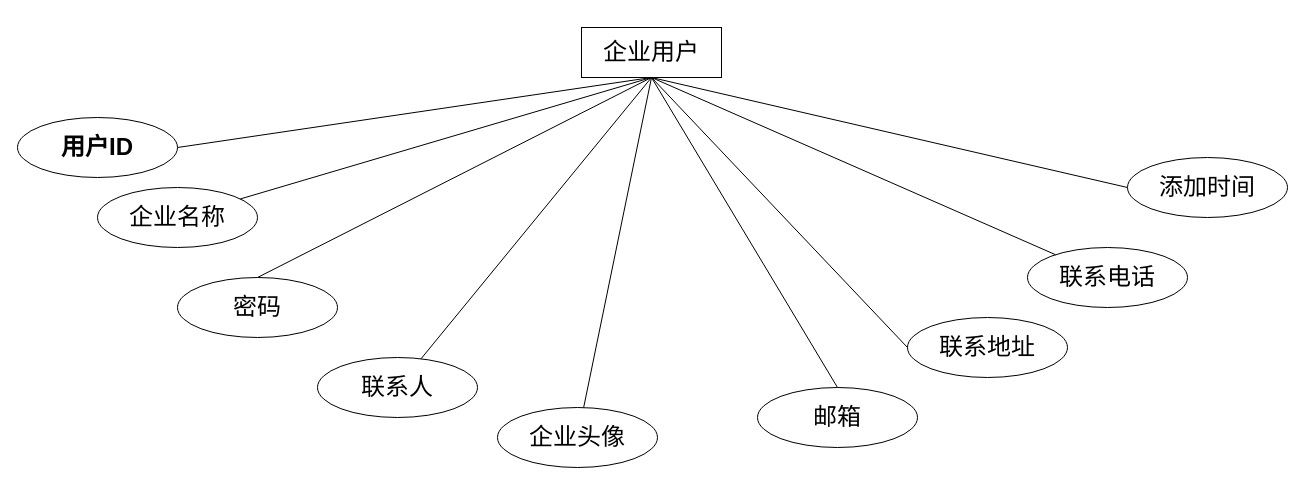
The draw.io diagram page "第 8 页" (8 of 16) of 未命名绘图.drawio in sangqiwei/sangqiwei, before the edit. Source tidied: cells renumbered, new cells numbered last; positions are measured from the earlier drawing's top-left corner, leaving out a move shared by most shapes. Both pictures are drawn from the tidied source at 100%, with x=0, y=0 at pixel (17, 27).
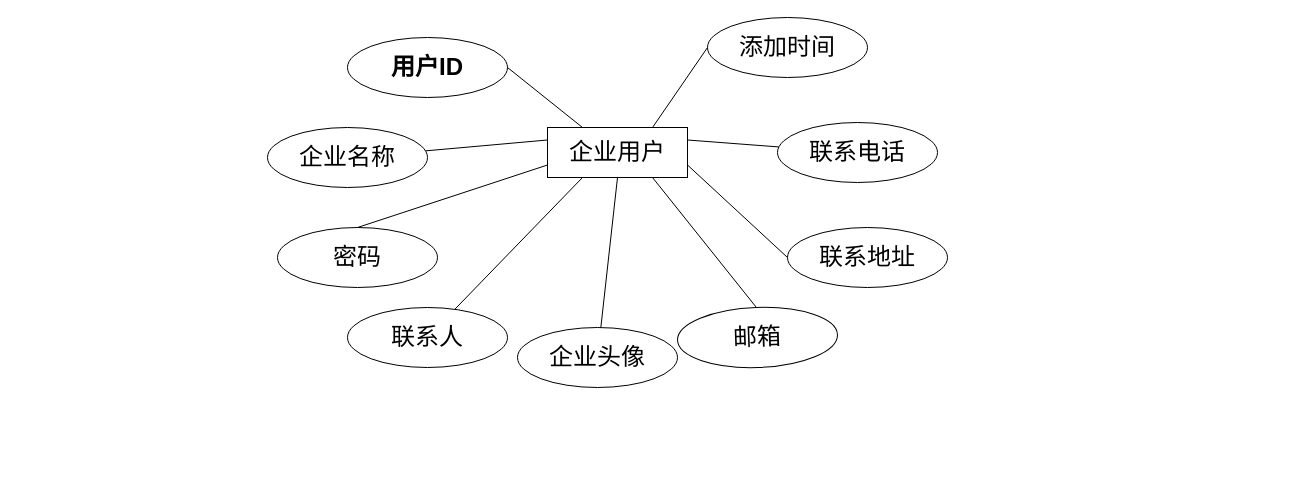
After the change.

Change to the diagram source:
```diff
@@
     <mxCell id="2" value="&lt;font style=&quot;font-size: 24px;&quot;&gt;企业用户&lt;/font&gt;" style="whiteSpace=wrap;html=1;align=center;" parent="1" vertex="1">
-      <mxGeometry x="564" width="140" height="50" as="geometry" />
+      <mxGeometry x="530" y="100" width="140" height="50" as="geometry" />
     </mxCell>
     <mxCell id="3" value="&lt;font style=&quot;font-size: 24px;&quot;&gt;用户ID&lt;/font&gt;" style="ellipse;whiteSpace=wrap;html=1;align=center;fontStyle=1;" parent="1" vertex="1">
-      <mxGeometry y="90" width="160" height="60" as="geometry" />
+      <mxGeometry x="330" y="10" width="160" height="60" as="geometry" />
     </mxCell>
     <mxCell id="4" value="&lt;font style=&quot;font-size: 24px;&quot;&gt;企业名称&lt;/font&gt;" style="ellipse;whiteSpace=wrap;html=1;align=center;" parent="1" vertex="1">
-      <mxGeometry x="80" y="160" width="160" height="60" as="geometry" />
+      <mxGeometry x="250" y="100" width="160" height="60" as="geometry" />
     </mxCell>
     <mxCell id="5" value="&lt;font style=&quot;font-size: 24px;&quot;&gt;密码&lt;/font&gt;" style="ellipse;whiteSpace=wrap;html=1;align=center;" parent="1" vertex="1">
-      <mxGeometry x="160" y="250" width="160" height="60" as="geometry" />
+      <mxGeometry x="260" y="200" width="160" height="60" as="geometry" />
     </mxCell>
     <mxCell id="6" value="&lt;span style=&quot;font-size: 24px;&quot;&gt;联系人&lt;/span&gt;" style="ellipse;whiteSpace=wrap;html=1;align=center;" parent="1" vertex="1">
-      <mxGeometry x="300" y="330" width="160" height="60" as="geometry" />
+      <mxGeometry x="330" y="280" width="160" height="60" as="geometry" />
     </mxCell>
     <mxCell id="7" value="&lt;font style=&quot;font-size: 24px;&quot;&gt;企业头像&lt;/font&gt;" style="ellipse;whiteSpace=wrap;html=1;align=center;" parent="1" vertex="1">
-      <mxGeometry x="480" y="380" width="160" height="60" as="geometry" />
+      <mxGeometry x="500" y="300" width="160" height="60" as="geometry" />
     </mxCell>
     <mxCell id="8" value="&lt;span style=&quot;font-size: 24px;&quot;&gt;联系地址&lt;/span&gt;" style="ellipse;whiteSpace=wrap;html=1;align=center;" parent="1" vertex="1">
-      <mxGeometry x="890" y="290" width="160" height="60" as="geometry" />
+      <mxGeometry x="770" y="200" width="160" height="60" as="geometry" />
     </mxCell>
     <mxCell id="9" value="&lt;span style=&quot;font-size: 24px;&quot;&gt;联系电话&lt;/span&gt;" style="ellipse;whiteSpace=wrap;html=1;align=center;" parent="1" vertex="1">
-      <mxGeometry x="1010" y="220" width="160" height="60" as="geometry" />
+      <mxGeometry x="760" y="95" width="160" height="60" as="geometry" />
     </mxCell>
-    <mxCell id="10" value="&lt;font style=&quot;font-size: 24px;&quot;&gt;邮箱&lt;/font&gt;" style="ellipse;whiteSpace=wrap;html=1;align=center;" parent="1" vertex="1">
-      <mxGeometry x="740" y="360" width="160" height="60" as="geometry" />
+    <mxCell id="10" value="&lt;font style=&quot;font-size: 24px;&quot;&gt;邮箱&lt;/font&gt;" style="ellipse;whiteSpace=wrap;html=1;align=center;rotation=-2;" parent="1" vertex="1">
+      <mxGeometry x="660" y="280" width="160" height="60" as="geometry" />
     </mxCell>
-    <mxCell id="11" style="endArrow=none;html=1;rounded=0;exitX=1;exitY=0.5;exitDx=0;exitDy=0;entryX=0.5;entryY=1;entryDx=0;entryDy=0;" parent="1" edge="1" source="3" target="2">
+    <mxCell id="11" style="endArrow=none;html=1;rounded=0;exitX=1;exitY=0.5;exitDx=0;exitDy=0;entryX=0.25;entryY=0;entryDx=0;entryDy=0;" parent="1" edge="1" source="3" target="2">
       <mxGeometry relative="1" as="geometry" />
     </mxCell>
-    <mxCell id="12" style="endArrow=none;html=1;rounded=0;entryX=0.5;entryY=1;entryDx=0;entryDy=0;" parent="1" edge="1" source="4" target="2">
+    <mxCell id="12" style="endArrow=none;html=1;rounded=0;entryX=0;entryY=0.25;entryDx=0;entryDy=0;" parent="1" edge="1" source="4" target="2">
       <mxGeometry relative="1" as="geometry" />
     </mxCell>
-    <mxCell id="13" style="endArrow=none;html=1;rounded=0;exitX=0.5;exitY=0;exitDx=0;exitDy=0;entryX=0.5;entryY=1;entryDx=0;entryDy=0;" parent="1" edge="1" source="5" target="2">
+    <mxCell id="13" style="endArrow=none;html=1;rounded=0;exitX=0.5;exitY=0;exitDx=0;exitDy=0;entryX=0;entryY=0.75;entryDx=0;entryDy=0;" parent="1" edge="1" source="5" target="2">
       <mxGeometry relative="1" as="geometry" />
     </mxCell>
-    <mxCell id="14" style="endArrow=none;html=1;rounded=0;entryX=0.5;entryY=1;entryDx=0;entryDy=0;" parent="1" edge="1" source="6" target="2">
+    <mxCell id="14" style="endArrow=none;html=1;rounded=0;entryX=0.25;entryY=1;entryDx=0;entryDy=0;" parent="1" edge="1" source="6" target="2">
       <mxGeometry relative="1" as="geometry" />
     </mxCell>
@@
-    <mxCell id="16" style="endArrow=none;html=1;rounded=0;exitX=0.5;exitY=0;exitDx=0;exitDy=0;entryX=0.5;entryY=1;entryDx=0;entryDy=0;" parent="1" edge="1" source="10" target="2">
+    <mxCell id="16" style="endArrow=none;html=1;rounded=0;exitX=0.5;exitY=0;exitDx=0;exitDy=0;entryX=0.75;entryY=1;entryDx=0;entryDy=0;" parent="1" edge="1" source="10" target="2">
       <mxGeometry relative="1" as="geometry" />
     </mxCell>
-    <mxCell id="17" style="endArrow=none;html=1;rounded=0;exitX=0;exitY=0.5;exitDx=0;exitDy=0;entryX=0.5;entryY=1;entryDx=0;entryDy=0;" parent="1" edge="1" source="8" target="2">
+    <mxCell id="17" style="endArrow=none;html=1;rounded=0;exitX=0;exitY=0.5;exitDx=0;exitDy=0;entryX=1;entryY=0.75;entryDx=0;entryDy=0;" parent="1" edge="1" source="8" target="2">
       <mxGeometry relative="1" as="geometry" />
     </mxCell>
-    <mxCell id="18" style="endArrow=none;html=1;rounded=0;entryX=0.5;entryY=1;entryDx=0;entryDy=0;" parent="1" edge="1" source="9" target="2">
+    <mxCell id="18" style="endArrow=none;html=1;rounded=0;entryX=1;entryY=0.25;entryDx=0;entryDy=0;" parent="1" edge="1" source="9" target="2">
       <mxGeometry relative="1" as="geometry" />
     </mxCell>
     <mxCell id="19" value="&lt;font style=&quot;font-size: 24px;&quot;&gt;添加时间&lt;/font&gt;" style="ellipse;whiteSpace=wrap;html=1;align=center;" parent="1" vertex="1">
-      <mxGeometry x="1110" y="130" width="160" height="60" as="geometry" />
+      <mxGeometry x="690" y="-10" width="160" height="60" as="geometry" />
     </mxCell>
-    <mxCell id="20" style="endArrow=none;html=1;rounded=0;exitX=0;exitY=0.5;exitDx=0;exitDy=0;entryX=0.5;entryY=1;entryDx=0;entryDy=0;" parent="1" edge="1" source="19" target="2">
+    <mxCell id="20" style="endArrow=none;html=1;rounded=0;exitX=0;exitY=0.5;exitDx=0;exitDy=0;entryX=0.75;entryY=0;entryDx=0;entryDy=0;" parent="1" edge="1" source="19" target="2">
       <mxGeometry relative="1" as="geometry" />
     </mxCell>
```
